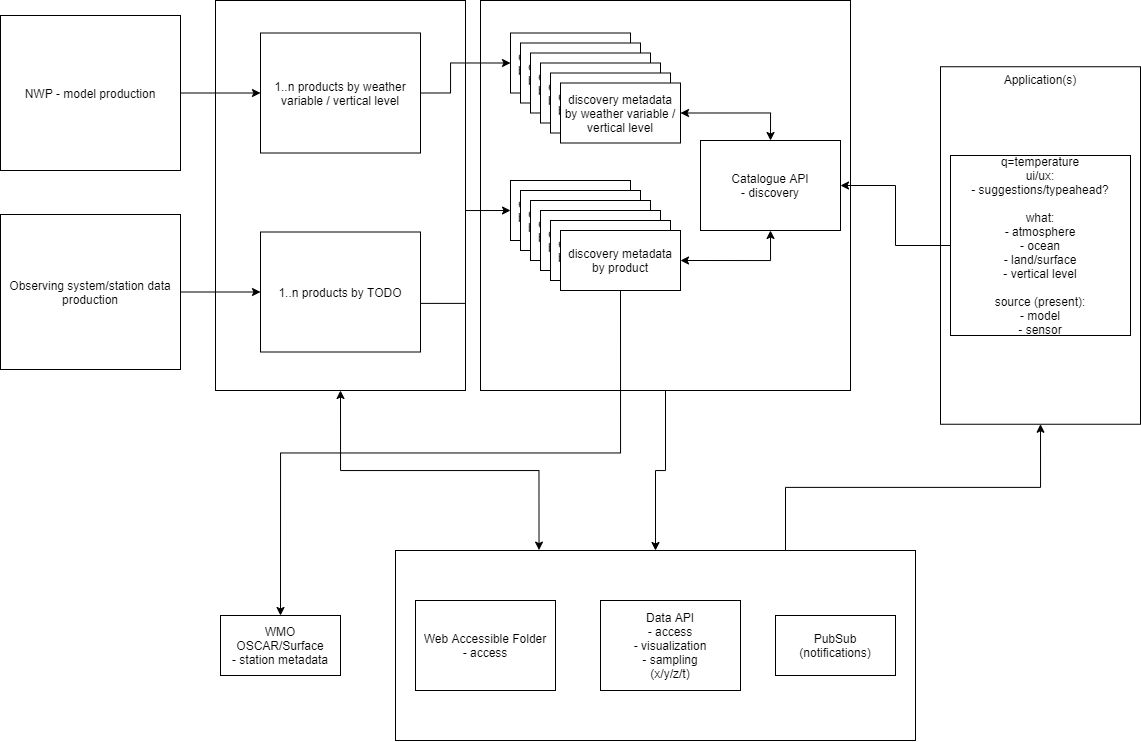
The draw.io diagram report/images/metadata-discovery-workflow.png in wmo-im/wis2-metadata-search, before a commit. Source tidied: cells renumbered, new cells last; positions are measured from the earlier drawing's top-left corner, leaving out a move shared by most shapes.
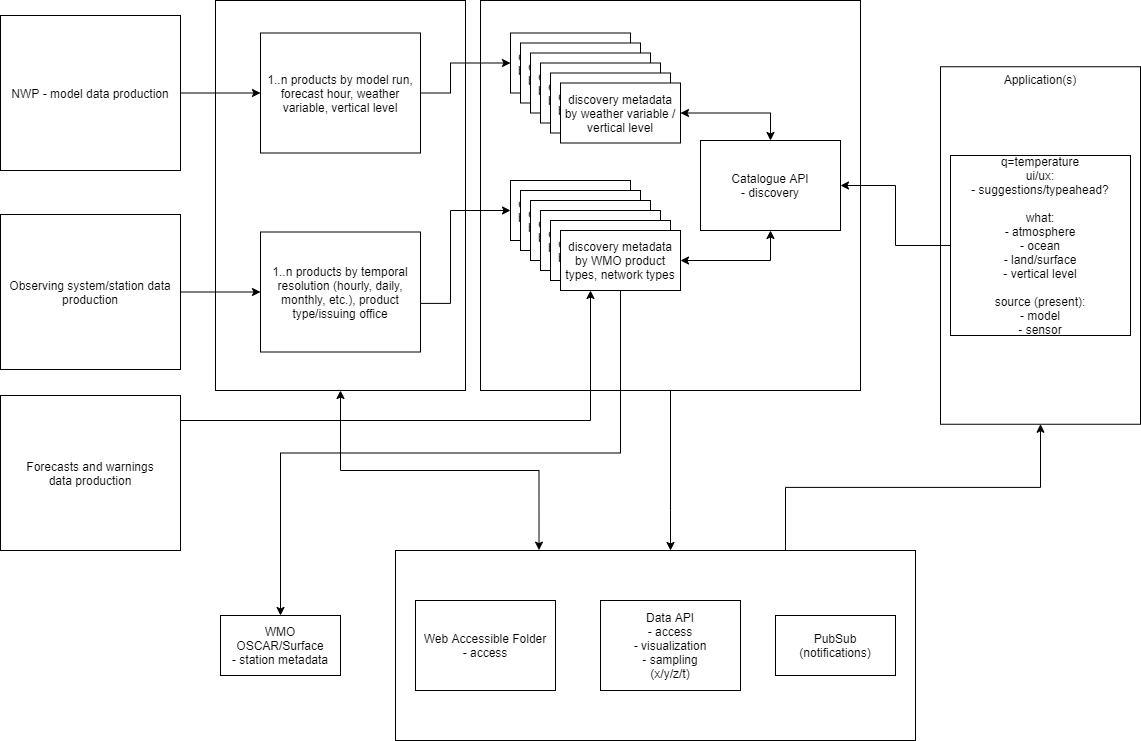
After the commit.

Commit message:
update discovery metadata workflow diagram

Change to the diagram source:
```diff
@@ -6,15 +6,20 @@
       <mxGeometry x="940" y="66.2" width="200" height="357.5" as="geometry" />
     </mxCell>
     <mxCell id="3" style="edgeStyle=orthogonalEdgeStyle;rounded=0;jettySize=auto;html=1;exitX=0.5;exitY=1;exitDx=0;exitDy=0;" parent="1" edge="1" source="4" target="36">
-      <mxGeometry relative="1" as="geometry" />
+      <mxGeometry relative="1" as="geometry">
+        <Array as="points">
+          <mxPoint x="670" y="510" />
+          <mxPoint x="670" y="510" />
+        </Array>
+      </mxGeometry>
     </mxCell>
     <mxCell id="4" style="rounded=0;whiteSpace=wrap;html=1;" parent="1" vertex="1">
-      <mxGeometry x="480" width="370" height="390" as="geometry" />
+      <mxGeometry x="480" width="380" height="390" as="geometry" />
     </mxCell>
     <mxCell id="5" style="rounded=0;whiteSpace=wrap;html=1;" parent="1" vertex="1">
       <mxGeometry x="215" width="250" height="390" as="geometry" />
     </mxCell>
-    <mxCell id="6" value="NWP - model production" style="rounded=0;whiteSpace=wrap;html=1;" parent="1" vertex="1">
+    <mxCell id="6" value="NWP - model data production" style="rounded=0;whiteSpace=wrap;html=1;" parent="1" vertex="1">
       <mxGeometry y="15" width="180" height="155" as="geometry" />
     </mxCell>
     <mxCell id="7" style="edgeStyle=orthogonalEdgeStyle;rounded=0;jettySize=auto;html=1;exitX=0;exitY=0.5;exitDx=0;exitDy=0;" parent="1" edge="1" source="8" target="21">
@@ -23,7 +28,7 @@
     <mxCell id="8" value="q=temperature&lt;br&gt;ui/ux:&lt;br&gt;- suggestions/typeahead?&lt;br&gt;&lt;br&gt;what:&lt;br&gt;- atmosphere&lt;br&gt;- ocean&lt;br&gt;- land/surface&lt;br&gt;- vertical level&lt;br&gt;&lt;br&gt;source (present):&lt;br&gt;- model&lt;br&gt;- sensor" style="whiteSpace=wrap;html=1;" parent="1" vertex="1">
       <mxGeometry x="950" y="155" width="180" height="180" as="geometry" />
     </mxCell>
-    <mxCell id="9" value="1..n products by weather variable / vertical level" style="rounded=0;whiteSpace=wrap;html=1;" parent="1" vertex="1">
+    <mxCell id="9" value="1..n products by model run, forecast hour, weather variable, vertical level" style="rounded=0;whiteSpace=wrap;html=1;" parent="1" vertex="1">
       <mxGeometry x="260" y="32.5" width="160" height="120" as="geometry" />
     </mxCell>
     <mxCell id="10" style="endArrow=classic;html=1;rounded=0;edgeStyle=orthogonalEdgeStyle;exitX=1;exitY=0.5;exitDx=0;exitDy=0;" parent="1" edge="1" source="6" target="9">
@@ -70,7 +75,7 @@
     <mxCell id="22" value="Observing system/station data production" style="rounded=0;whiteSpace=wrap;html=1;" parent="1" vertex="1">
       <mxGeometry y="214" width="180" height="155" as="geometry" />
     </mxCell>
-    <mxCell id="23" value="1..n products by TODO" style="rounded=0;whiteSpace=wrap;html=1;" parent="1" vertex="1">
+    <mxCell id="23" value="1..n products by&lt;span&gt;&amp;nbsp;temporal resolution (hourly, daily, monthly, etc.),&amp;nbsp;&lt;/span&gt;&lt;span&gt;product type/issuing office&lt;/span&gt;&lt;span&gt;&lt;br&gt;&lt;/span&gt;" style="rounded=0;whiteSpace=wrap;html=1;" parent="1" vertex="1">
       <mxGeometry x="260" y="231.5" width="160" height="120" as="geometry" />
     </mxCell>
     <mxCell id="24" style="endArrow=classic;html=1;rounded=0;edgeStyle=orthogonalEdgeStyle;exitX=1;exitY=0.5;exitDx=0;exitDy=0;" parent="1" edge="1" source="22" target="23">
@@ -94,14 +99,19 @@
     <mxCell id="30" value="discovery metadata&lt;br&gt;by weather variable" style="rounded=0;whiteSpace=wrap;html=1;" parent="25" vertex="1">
       <mxGeometry x="40" y="40" width="120" height="60" as="geometry" />
     </mxCell>
-    <mxCell id="31" value="discovery metadata&lt;br&gt;by product" style="rounded=0;whiteSpace=wrap;html=1;" parent="25" vertex="1">
+    <mxCell id="31" value="discovery metadata&lt;br&gt;by WMO product types, network types" style="rounded=0;whiteSpace=wrap;html=1;" parent="25" vertex="1">
       <mxGeometry x="50" y="50" width="120" height="60" as="geometry" />
     </mxCell>
     <mxCell id="32" style="startArrow=classic;endArrow=classic;html=1;rounded=0;edgeStyle=orthogonalEdgeStyle;exitX=1;exitY=0.5;exitDx=0;exitDy=0;entryX=0.5;entryY=0;entryDx=0;entryDy=0;" parent="1" edge="1" source="18" target="21">
       <mxGeometry relative="1" as="geometry" />
     </mxCell>
     <mxCell id="33" style="endArrow=classic;html=1;rounded=0;edgeStyle=orthogonalEdgeStyle;entryX=0;entryY=0.5;entryDx=0;entryDy=0;exitX=0.999;exitY=0.595;exitDx=0;exitDy=0;exitPerimeter=0;" parent="1" edge="1" source="23" target="26">
-      <mxGeometry relative="1" as="geometry" />
+      <mxGeometry relative="1" as="geometry">
+        <Array as="points">
+          <mxPoint x="450" y="303" />
+          <mxPoint x="450" y="210" />
+        </Array>
+      </mxGeometry>
     </mxCell>
     <mxCell id="34" style="startArrow=classic;endArrow=classic;html=1;rounded=0;edgeStyle=orthogonalEdgeStyle;entryX=0.5;entryY=1;entryDx=0;entryDy=0;exitX=0.276;exitY=-0.002;exitDx=0;exitDy=0;exitPerimeter=0;" parent="1" edge="1" source="36" target="5">
       <mxGeometry relative="1" as="geometry" />
@@ -130,5 +140,16 @@
     <mxCell id="42" style="edgeStyle=orthogonalEdgeStyle;rounded=0;jettySize=auto;html=1;exitX=0.5;exitY=1;exitDx=0;exitDy=0;entryX=0.5;entryY=0;entryDx=0;entryDy=0;" parent="1" edge="1" source="31" target="41">
       <mxGeometry relative="1" as="geometry" />
     </mxCell>
+    <mxCell id="43" style="edgeStyle=orthogonalEdgeStyle;rounded=0;jettySize=auto;html=1;exitX=1;exitY=0.5;exitDx=0;exitDy=0;entryX=0.25;entryY=1;entryDx=0;entryDy=0;" parent="1" edge="1" source="44" target="31">
+      <mxGeometry relative="1" as="geometry">
+        <Array as="points">
+          <mxPoint x="180" y="420" />
+          <mxPoint x="590" y="420" />
+        </Array>
+      </mxGeometry>
+    </mxCell>
+    <mxCell id="44" value="Forecasts and warnings&lt;br&gt;data production" style="rounded=0;whiteSpace=wrap;html=1;" parent="1" vertex="1">
+      <mxGeometry y="395" width="180" height="155" as="geometry" />
+    </mxCell>
   </root>
 </mxGraphModel>
```
